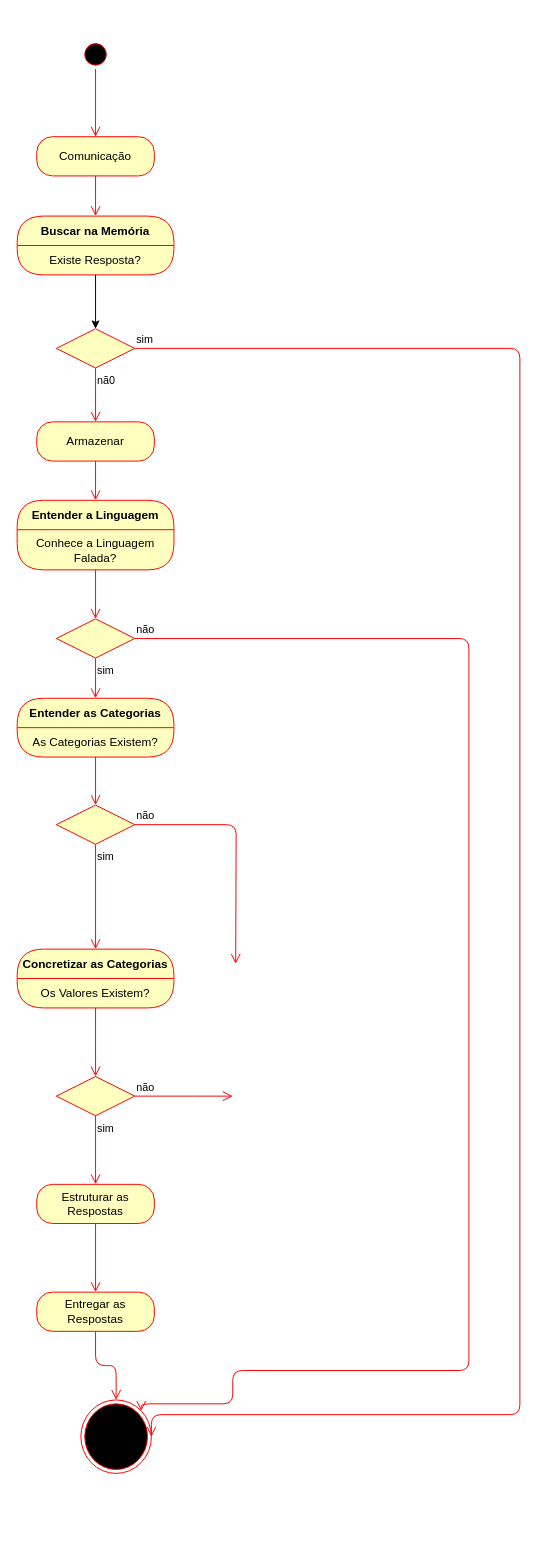
This is docs/diagrama_de_fluxo_aurora.drawio from marvinho-tn/aurora, a draw.io file, before an edit. Source tidied: cells renumbered, new cells numbered last; positions are measured from the earlier drawing's top-left corner, leaving out a move shared by most shapes. Both pictures are drawn from the tidied source at 98%, with x=0, y=0 at pixel (17, 39).
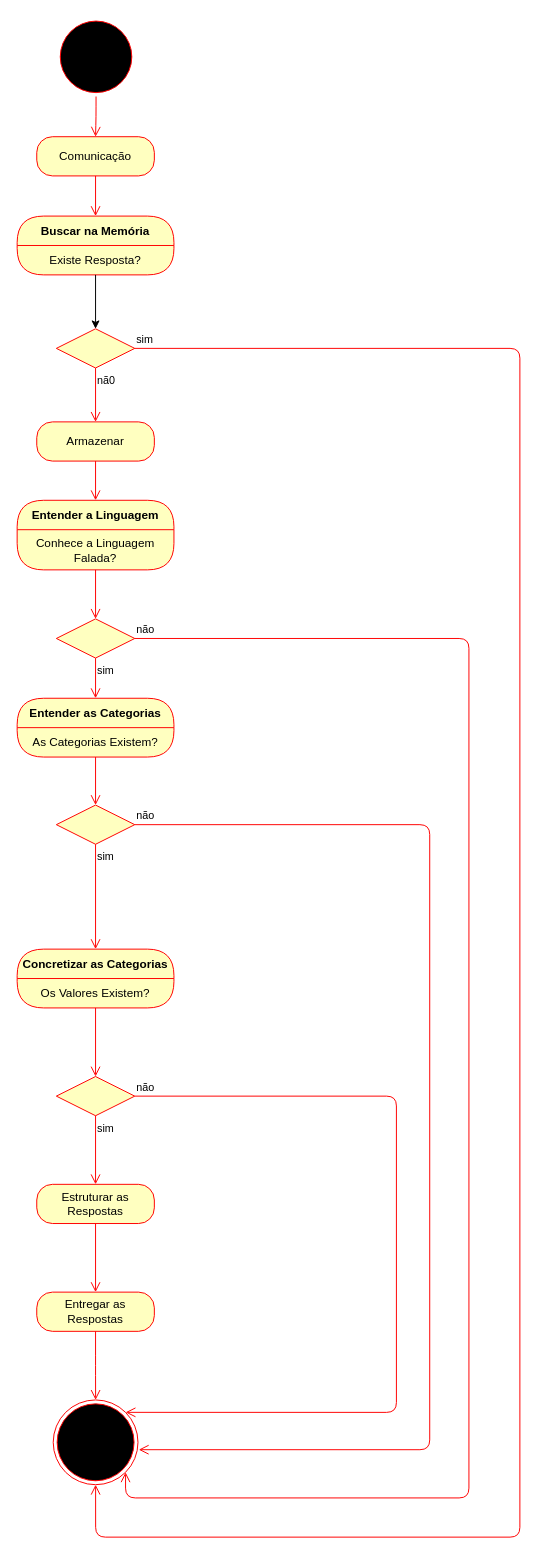
The same diagram, later.

The change refers to these unchanged cells:
```xml
<mxCell id="8" style="rhombus;whiteSpace=wrap;html=1;fillColor=#ffffc0;strokeColor=#ff0000;" parent="1" vertex="1">
  <mxGeometry x="40" y="295" width="80" height="40" as="geometry" />
</mxCell>
<mxCell id="17" style="rhombus;whiteSpace=wrap;html=1;fillColor=#ffffc0;strokeColor=#ff0000;" parent="1" vertex="1">
  <mxGeometry x="40" y="591" width="80" height="40" as="geometry" />
</mxCell>
<mxCell id="23" style="rhombus;whiteSpace=wrap;html=1;fillColor=#ffffc0;strokeColor=#ff0000;" parent="1" vertex="1">
  <mxGeometry x="40" y="781" width="80" height="40" as="geometry" />
</mxCell>
<mxCell id="29" style="rhombus;whiteSpace=wrap;html=1;fillColor=#ffffc0;strokeColor=#ff0000;" parent="1" vertex="1">
  <mxGeometry x="40" y="1058" width="80" height="40" as="geometry" />
</mxCell>
```

Change to the diagram source:
```diff
@@
     <mxCell id="2" style="ellipse;html=1;shape=startState;fillColor=#000000;strokeColor=#ff0000;" parent="1" vertex="1">
-      <mxGeometry x="65" width="30" height="30" as="geometry" />
+      <mxGeometry x="40" y="-23" width="81" height="81" as="geometry" />
     </mxCell>
@@
-    <mxCell id="9" value="sim" style="edgeStyle=orthogonalEdgeStyle;html=1;align=left;verticalAlign=bottom;endArrow=open;endSize=8;strokeColor=#ff0000;entryX=1;entryY=0.5;entryDx=0;entryDy=0;" parent="1" edge="1" source="8" target="36">
+    <mxCell id="9" value="sim" style="edgeStyle=orthogonalEdgeStyle;html=1;align=left;verticalAlign=bottom;endArrow=open;endSize=8;strokeColor=#ff0000;entryX=0.5;entryY=1;entryDx=0;entryDy=0;" parent="1" edge="1" source="8" target="36">
       <mxGeometry x="-1" relative="1" as="geometry">
         <Array as="points">
           <mxPoint x="513" y="315" />
-          <mxPoint x="513" y="1403" />
+          <mxPoint x="513" y="1528" />
+          <mxPoint x="80" y="1528" />
         </Array>
       </mxGeometry>
     </mxCell>
@@
-    <mxCell id="18" value="não" style="edgeStyle=orthogonalEdgeStyle;html=1;align=left;verticalAlign=bottom;endArrow=open;endSize=8;strokeColor=#ff0000;entryX=1;entryY=0;entryDx=0;entryDy=0;" parent="1" edge="1" source="17" target="36">
+    <mxCell id="18" value="não" style="edgeStyle=orthogonalEdgeStyle;html=1;align=left;verticalAlign=bottom;endArrow=open;endSize=8;strokeColor=#ff0000;entryX=1;entryY=1;entryDx=0;entryDy=0;" parent="1" edge="1" source="17" target="36">
       <mxGeometry x="-1" relative="1" as="geometry">
         <Array as="points">
           <mxPoint x="461" y="611" />
-          <mxPoint x="461" y="1358" />
-          <mxPoint x="220" y="1358" />
-          <mxPoint x="220" y="1392" />
+          <mxPoint x="461" y="1488" />
+          <mxPoint x="111" y="1488" />
         </Array>
       </mxGeometry>
     </mxCell>
@@
-    <mxCell id="24" value="não" style="edgeStyle=orthogonalEdgeStyle;html=1;align=left;verticalAlign=bottom;endArrow=open;endSize=8;strokeColor=#ff0000;" parent="1" edge="1" source="23">
+    <mxCell id="24" value="não" style="edgeStyle=orthogonalEdgeStyle;html=1;align=left;verticalAlign=bottom;endArrow=open;endSize=8;strokeColor=#ff0000;entryX=1.009;entryY=0.587;entryDx=0;entryDy=0;entryPerimeter=0;" parent="1" edge="1" source="23" target="36">
       <mxGeometry x="-1" relative="1" as="geometry">
-        <mxPoint x="223" y="943" as="targetPoint" />
+        <Array as="points">
+          <mxPoint x="421" y="801" />
+          <mxPoint x="421" y="1439" />
+        </Array>
       </mxGeometry>
     </mxCell>
@@
-    <mxCell id="30" value="não" style="edgeStyle=orthogonalEdgeStyle;html=1;align=left;verticalAlign=bottom;endArrow=open;endSize=8;strokeColor=#ff0000;" parent="1" edge="1" source="29">
+    <mxCell id="30" value="não" style="edgeStyle=orthogonalEdgeStyle;html=1;align=left;verticalAlign=bottom;endArrow=open;endSize=8;strokeColor=#ff0000;entryX=1;entryY=0;entryDx=0;entryDy=0;" parent="1" edge="1" source="29" target="36">
       <mxGeometry x="-1" relative="1" as="geometry">
-        <mxPoint x="220" y="1078" as="targetPoint" />
+        <Array as="points">
+          <mxPoint x="387" y="1078" />
+          <mxPoint x="387" y="1401" />
+        </Array>
       </mxGeometry>
     </mxCell>
@@
     <mxCell id="36" style="ellipse;html=1;shape=endState;fillColor=#000000;strokeColor=#ff0000;" parent="1" vertex="1">
-      <mxGeometry x="65" y="1388" width="72" height="75" as="geometry" />
+      <mxGeometry x="36.8" y="1388" width="86.5" height="86.5" as="geometry" />
     </mxCell>
```
